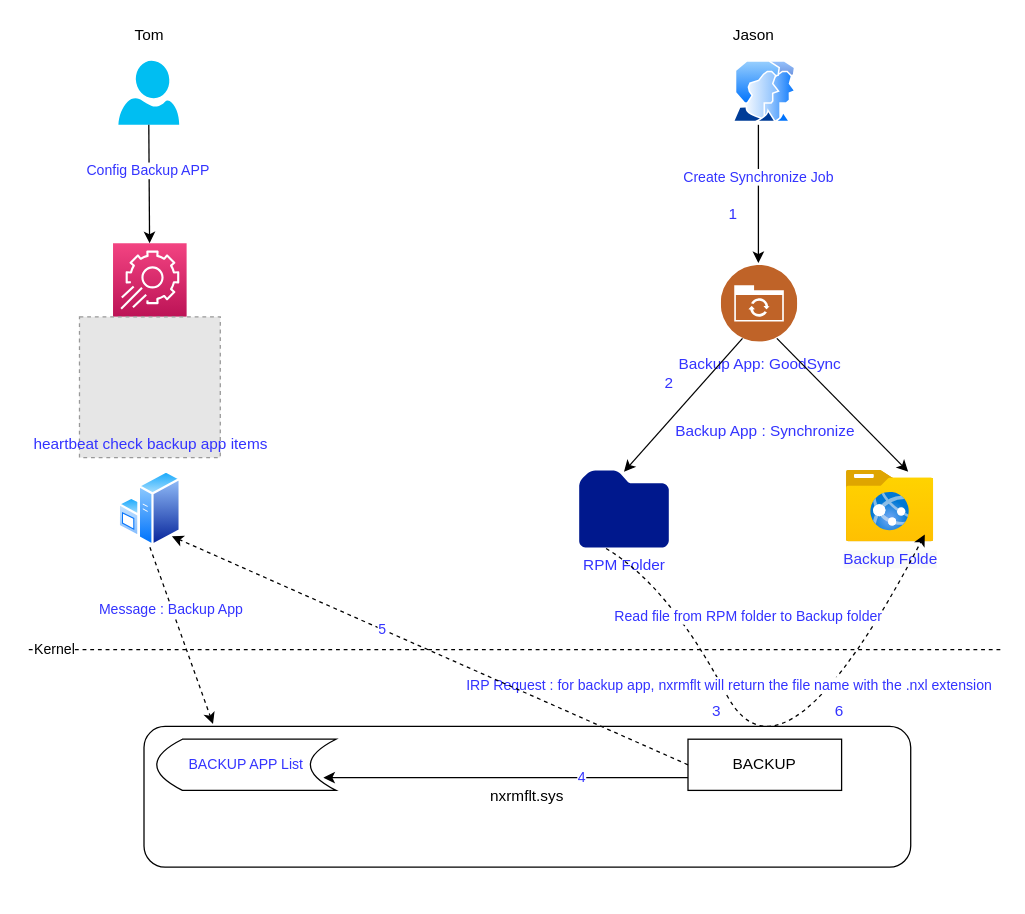
linfenwen/draw_io keeps this draw.io diagram as BACKUP_solution2.drawio. Above is the earlier version. Source tidied: cells renumbered, new cells numbered last; positions are measured from the earlier drawing's top-left corner, leaving out a move shared by most shapes. Both pictures are drawn from the tidied source at 128%, with x=0, y=0 at pixel (22, 22). Pictures stored in the file or linked from it are replaced by grey dashed boxes.
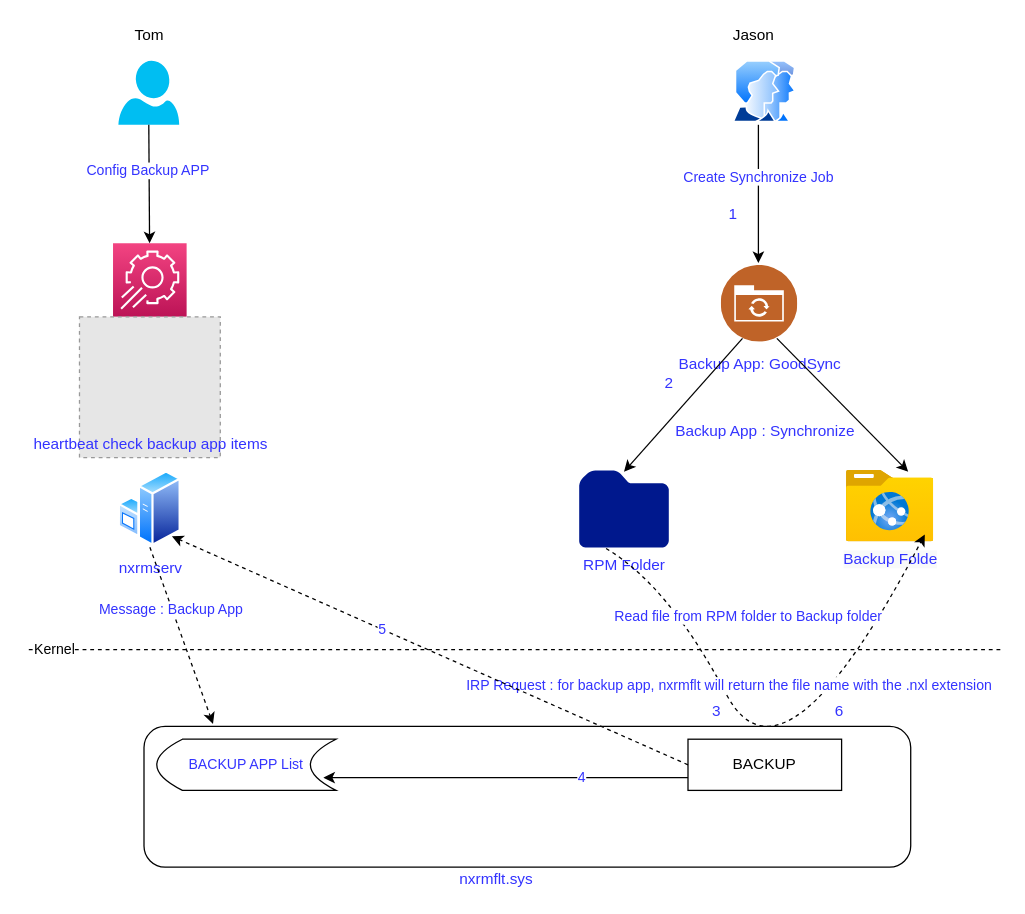
Above is the later version.

Diff of the diagram source:
```diff
@@
-    <mxCell id="7" style="perimeter=ellipsePerimeter;html=1;align=center;shadow=0;dashed=0;spacingTop=3;image;image=img/lib/active_directory/windows_server.svg;" parent="1" vertex="1">
+    <mxCell id="7" value="&lt;font color=&quot;#3333ff&quot;&gt;nxrmserv&lt;/font&gt;" style="perimeter=ellipsePerimeter;html=1;align=center;shadow=0;dashed=0;spacingTop=3;image;image=img/lib/active_directory/windows_server.svg;" parent="1" vertex="1">
       <mxGeometry x="75" y="350" width="49.2" height="60" as="geometry" />
     </mxCell>
@@
-    <mxCell id="10" value="nxrmflt.sys" style="rounded=1;whiteSpace=wrap;html=1;" parent="1" vertex="1">
+    <mxCell id="10" style="rounded=1;whiteSpace=wrap;html=1;" parent="1" vertex="1">
       <mxGeometry x="95" y="550" width="599" height="110" as="geometry" />
     </mxCell>
@@
+    <mxCell id="38" value="&lt;font color=&quot;#3333ff&quot;&gt;nxrmflt.sys&lt;/font&gt;" style="text;html=1;align=center;verticalAlign=middle;" parent="1" vertex="1">
+      <mxGeometry x="335" y="660" width="70" height="20" as="geometry" />
+    </mxCell>
```
